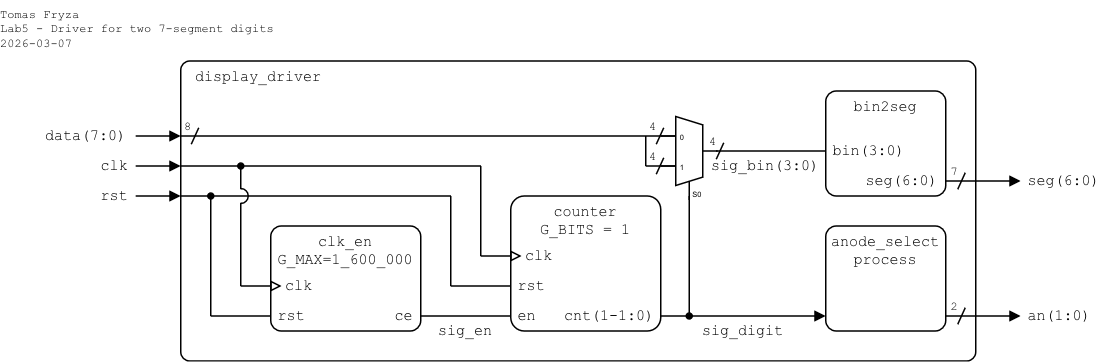
The draw.io diagram lab5-display/images/schematic_display-driver.png in tomas-fryza/vhdl-examples, before a commit. Source tidied: cells renumbered, new cells last; positions are measured from the earlier drawing's top-left corner, leaving out a move shared by most shapes. Its diagram source:
```xml
<mxGraphModel>
  <root>
    <mxCell id="0" />
    <mxCell id="1" parent="0" />
    <mxCell id="2" value="display_driver" style="rounded=1;arcSize=3;whiteSpace=wrap;html=1;align=left;verticalAlign=top;fontFamily=Courier New;absoluteArcSize=0;fillColor=none;fontSize=10;spacingLeft=10;imageHeight=24;spacing=0;" parent="1" vertex="1">
      <mxGeometry x="120" y="40" width="530" height="200" as="geometry" />
    </mxCell>
    <mxCell id="3" value="clk_en&lt;div&gt;G_MAX=1_600_000&lt;br&gt;&lt;/div&gt;" style="rounded=1;arcSize=10;align=center;verticalAlign=top;fontFamily=Courier New;absoluteArcSize=0;fillColor=none;fixDash=0;fontSize=10;spacingLeft=0;labelBorderColor=none;spacingTop=0;spacing=0;labelBackgroundColor=none;whiteSpace=wrap;html=1;strokeWidth=1;shadow=0;glass=0;" parent="1" vertex="1">
      <mxGeometry x="180" y="150" width="100" height="70" as="geometry" />
    </mxCell>
    <mxCell id="4" value="ce" style="text;html=1;align=right;verticalAlign=middle;whiteSpace=wrap;rounded=0;fontFamily=Courier New;fontSize=10;fillOpacity=100;spacing=0;spacingRight=5;" parent="1" vertex="1">
      <mxGeometry x="250" y="200" width="30" height="20" as="geometry" />
    </mxCell>
    <mxCell id="5" value="&lt;div&gt;counter&lt;/div&gt;&lt;div&gt;G_BITS = 1&lt;/div&gt;" style="rounded=1;arcSize=10;align=center;verticalAlign=top;fontFamily=Courier New;absoluteArcSize=0;fillColor=none;fixDash=0;fontSize=10;spacingLeft=0;labelBorderColor=none;spacingTop=0;spacing=0;labelBackgroundColor=none;whiteSpace=wrap;html=1;strokeWidth=1;shadow=0;glass=0;" parent="1" vertex="1">
      <mxGeometry x="340" y="130" width="100" height="90" as="geometry" />
    </mxCell>
    <mxCell id="6" value="rst" style="text;html=1;align=left;verticalAlign=middle;whiteSpace=wrap;rounded=0;fontFamily=Courier New;fontSize=10;fillOpacity=100;spacingLeft=5;spacing=0;" parent="1" vertex="1">
      <mxGeometry x="340" y="180" width="30.6" height="20" as="geometry" />
    </mxCell>
    <mxCell id="7" value="clk" style="text;html=1;align=left;verticalAlign=middle;whiteSpace=wrap;rounded=0;fontFamily=Courier New;fontSize=10;fillOpacity=100;spacing=0;spacingLeft=10;" parent="1" vertex="1">
      <mxGeometry x="340" y="160" width="40.6" height="20" as="geometry" />
    </mxCell>
    <mxCell id="8" value="cnt(1-1:0)" style="text;html=1;align=right;verticalAlign=middle;whiteSpace=wrap;rounded=0;fontFamily=Courier New;fontSize=10;fillOpacity=100;spacing=0;spacingRight=5;" parent="1" vertex="1">
      <mxGeometry x="370" y="200" width="70.6" height="20" as="geometry" />
    </mxCell>
    <mxCell id="9" value="en" style="text;html=1;align=left;verticalAlign=middle;whiteSpace=wrap;rounded=0;fontFamily=Courier New;fontSize=10;fillOpacity=100;spacingLeft=5;spacing=0;" parent="1" vertex="1">
      <mxGeometry x="340" y="200" width="30.6" height="20" as="geometry" />
    </mxCell>
    <mxCell id="10" value="bin2seg" style="rounded=1;arcSize=10;align=center;verticalAlign=top;fontFamily=Courier New;absoluteArcSize=0;fillColor=none;fixDash=0;fontSize=10;spacingLeft=0;labelBorderColor=none;spacingTop=0;spacing=0;labelBackgroundColor=none;whiteSpace=wrap;html=1;strokeWidth=1;shadow=0;glass=0;" parent="1" vertex="1">
      <mxGeometry x="550" y="60" width="80" height="70" as="geometry" />
    </mxCell>
    <mxCell id="11" value="&lt;div style=&quot;line-height: 100%;&quot; align=&quot;left&quot;&gt;bin(3:0)&lt;/div&gt;" style="text;html=1;align=left;verticalAlign=middle;whiteSpace=wrap;rounded=0;fontFamily=Courier New;fontSize=10;fillOpacity=100;spacingLeft=5;spacing=0;" parent="1" vertex="1">
      <mxGeometry x="550" y="90" width="60" height="20" as="geometry" />
    </mxCell>
    <mxCell id="12" value="&lt;div style=&quot;line-height: 100%;&quot;&gt;seg(6:0)&lt;/div&gt;" style="text;html=1;align=right;verticalAlign=middle;whiteSpace=wrap;rounded=0;fontFamily=Courier New;fontSize=10;fillOpacity=100;spacing=0;spacingRight=5;" parent="1" vertex="1">
      <mxGeometry x="570" y="110" width="60" height="20" as="geometry" />
    </mxCell>
    <mxCell id="13" style="endArrow=none;html=1;rounded=0;endFill=0;endSize=5;startSize=5;" parent="1" edge="1">
      <mxGeometry relative="1" as="geometry">
        <mxPoint x="477" y="100" as="sourcePoint" />
        <mxPoint x="550" y="100" as="targetPoint" />
      </mxGeometry>
    </mxCell>
    <mxCell id="14" style="endArrow=block;html=1;rounded=0;endFill=1;endSize=5;startSize=5;" parent="1" edge="1">
      <mxGeometry relative="1" as="geometry">
        <mxPoint x="90" y="90" as="sourcePoint" />
        <mxPoint x="120" y="90" as="targetPoint" />
      </mxGeometry>
    </mxCell>
    <mxCell id="15" value="data(7:0)" style="text;html=1;align=right;verticalAlign=middle;whiteSpace=wrap;rounded=0;fontFamily=Courier New;fontSize=10;fillOpacity=100;spacing=0;spacingLeft=0;spacingRight=5;" parent="1" vertex="1">
      <mxGeometry x="25" y="80" width="64" height="20" as="geometry" />
    </mxCell>
    <mxCell id="16" value="sig_bin(3:0)" style="text;html=1;align=center;verticalAlign=middle;whiteSpace=wrap;rounded=0;fontFamily=Courier New;fontSize=10;fillOpacity=100;spacing=2;spacingLeft=0;" parent="1" vertex="1">
      <mxGeometry x="470" y="100" width="80" height="20" as="geometry" />
    </mxCell>
    <mxCell id="17" value="Mux" style="shadow=0;dashed=0;align=center;html=1;strokeWidth=1;shape=mxgraph.electrical.abstract.mux2;whiteSpace=wrap;fontSize=10;fontFamily=Courier New;fontColor=none;noLabel=1;" parent="1" vertex="1">
      <mxGeometry x="440" y="77" width="38" height="56" as="geometry" />
    </mxCell>
    <mxCell id="18" style="endArrow=none;html=1;rounded=0;endFill=0;endSize=5;startSize=5;" parent="1" edge="1">
      <mxGeometry relative="1" as="geometry">
        <mxPoint x="120" y="90" as="sourcePoint" />
        <mxPoint x="450" y="90" as="targetPoint" />
      </mxGeometry>
    </mxCell>
    <mxCell id="19" style="endArrow=none;html=1;rounded=0;endFill=0;endSize=5;startSize=5;" parent="1" edge="1">
      <mxGeometry relative="1" as="geometry">
        <mxPoint x="430" y="110" as="sourcePoint" />
        <mxPoint x="450" y="110" as="targetPoint" />
      </mxGeometry>
    </mxCell>
    <mxCell id="20" style="endArrow=oval;html=1;rounded=0;startArrow=none;startFill=0;endSize=4;startSize=4;endFill=1;" parent="1" edge="1">
      <mxGeometry relative="1" as="geometry">
        <mxPoint x="459" y="130" as="sourcePoint" />
        <mxPoint x="459" y="210" as="targetPoint" />
      </mxGeometry>
    </mxCell>
    <mxCell id="21" style="endArrow=block;html=1;rounded=0;endFill=1;orthogonal=1;endSize=5;startSize=5;" parent="1" edge="1">
      <mxGeometry relative="1" as="geometry">
        <mxPoint x="440" y="210" as="sourcePoint" />
        <mxPoint x="550" y="210" as="targetPoint" />
      </mxGeometry>
    </mxCell>
    <mxCell id="22" value="an(1:0)" style="text;html=1;align=left;verticalAlign=middle;whiteSpace=wrap;rounded=0;fontFamily=Courier New;fontSize=10;fillOpacity=100;spacing=0;spacingLeft=5;" parent="1" vertex="1">
      <mxGeometry x="680" y="200" width="40.4" height="20" as="geometry" />
    </mxCell>
    <mxCell id="23" style="endArrow=block;html=1;rounded=0;endFill=1;endSize=5;startSize=5;" parent="1" edge="1">
      <mxGeometry relative="1" as="geometry">
        <mxPoint x="630" y="120" as="sourcePoint" />
        <mxPoint x="680" y="120" as="targetPoint" />
      </mxGeometry>
    </mxCell>
    <mxCell id="24" value="seg(6:0)" style="text;html=1;align=left;verticalAlign=middle;whiteSpace=wrap;rounded=0;fontFamily=Courier New;fontSize=10;fillOpacity=100;spacing=0;spacingLeft=5;" parent="1" vertex="1">
      <mxGeometry x="680" y="110" width="60" height="20" as="geometry" />
    </mxCell>
    <mxCell id="25" value="7" style="text;html=1;align=center;verticalAlign=middle;whiteSpace=wrap;rounded=0;fontFamily=Courier New;fontSize=8;fillOpacity=100;spacing=2;spacingRight=0;" parent="1" vertex="1">
      <mxGeometry x="631" y="104" width="10" height="20" as="geometry" />
    </mxCell>
    <mxCell id="26" style="endArrow=none;html=1;rounded=0;startArrow=none;startFill=0;endSize=4;startSize=4;" parent="1" edge="1">
      <mxGeometry relative="1" as="geometry">
        <mxPoint x="643" y="114.5" as="sourcePoint" />
        <mxPoint x="638" y="125.5" as="targetPoint" />
      </mxGeometry>
    </mxCell>
    <mxCell id="27" value="4" style="text;html=1;align=center;verticalAlign=middle;whiteSpace=wrap;rounded=0;fontFamily=Courier New;fontSize=8;fillOpacity=100;spacing=2;spacingRight=0;" parent="1" vertex="1">
      <mxGeometry x="430" y="94" width="10" height="20" as="geometry" />
    </mxCell>
    <mxCell id="28" style="endArrow=none;html=1;rounded=0;startArrow=none;startFill=0;endSize=4;startSize=4;" parent="1" edge="1">
      <mxGeometry relative="1" as="geometry">
        <mxPoint x="442" y="104.5" as="sourcePoint" />
        <mxPoint x="437" y="115.5" as="targetPoint" />
      </mxGeometry>
    </mxCell>
    <mxCell id="29" value="4" style="text;html=1;align=center;verticalAlign=middle;whiteSpace=wrap;rounded=0;fontFamily=Courier New;fontSize=8;fillOpacity=100;spacing=2;spacingRight=0;" parent="1" vertex="1">
      <mxGeometry x="430" y="74" width="10" height="20" as="geometry" />
    </mxCell>
    <mxCell id="30" style="endArrow=none;html=1;rounded=0;startArrow=none;startFill=0;endSize=4;startSize=4;" parent="1" edge="1">
      <mxGeometry relative="1" as="geometry">
        <mxPoint x="442" y="84.5" as="sourcePoint" />
        <mxPoint x="437" y="95.5" as="targetPoint" />
      </mxGeometry>
    </mxCell>
    <mxCell id="31" value="4" style="text;html=1;align=center;verticalAlign=middle;whiteSpace=wrap;rounded=0;fontFamily=Courier New;fontSize=8;fillOpacity=100;spacing=2;spacingRight=0;" parent="1" vertex="1">
      <mxGeometry x="470" y="84" width="10" height="20" as="geometry" />
    </mxCell>
    <mxCell id="32" style="endArrow=none;html=1;rounded=0;startArrow=none;startFill=0;endSize=4;startSize=4;" parent="1" edge="1">
      <mxGeometry relative="1" as="geometry">
        <mxPoint x="482" y="94.5" as="sourcePoint" />
        <mxPoint x="477" y="105.5" as="targetPoint" />
      </mxGeometry>
    </mxCell>
    <mxCell id="33" value="&lt;div&gt;Tomas Fryza&lt;/div&gt;&lt;div&gt;Lab5 - Driver for two 7-segment digits&lt;/div&gt;&lt;div&gt;2026-03-07&lt;/div&gt;" style="text;html=1;align=left;verticalAlign=top;whiteSpace=wrap;rounded=0;fontFamily=Courier New;fontSize=8;fillOpacity=100;spacing=0;spacingLeft=0;" parent="1" vertex="1">
      <mxGeometry width="200" height="40" as="geometry" />
    </mxCell>
    <mxCell id="34" style="endArrow=none;html=1;rounded=0;startArrow=none;startFill=0;endSize=4;startSize=4;" parent="1" edge="1">
      <mxGeometry relative="1" as="geometry">
        <mxPoint x="430" y="90" as="sourcePoint" />
        <mxPoint x="430" y="110" as="targetPoint" />
      </mxGeometry>
    </mxCell>
    <mxCell id="35" value="8" style="text;html=1;align=center;verticalAlign=middle;whiteSpace=wrap;rounded=0;fontFamily=Courier New;fontSize=8;fillOpacity=100;spacing=2;spacingRight=0;" parent="1" vertex="1">
      <mxGeometry x="120" y="74" width="10" height="20" as="geometry" />
    </mxCell>
    <mxCell id="36" style="endArrow=none;html=1;rounded=0;startArrow=none;startFill=0;endSize=4;startSize=4;" parent="1" edge="1">
      <mxGeometry relative="1" as="geometry">
        <mxPoint x="132" y="84.5" as="sourcePoint" />
        <mxPoint x="127" y="95.5" as="targetPoint" />
      </mxGeometry>
    </mxCell>
    <mxCell id="37" style="endArrow=none;html=1;rounded=0;endFill=0;endSize=5;startSize=5;" parent="1" edge="1">
      <mxGeometry relative="1" as="geometry">
        <mxPoint x="280" y="210" as="sourcePoint" />
        <mxPoint x="340" y="210" as="targetPoint" />
      </mxGeometry>
    </mxCell>
    <mxCell id="38" style="endArrow=block;html=1;rounded=0;endFill=0;endSize=5;startSize=5;" parent="1" edge="1">
      <mxGeometry relative="1" as="geometry">
        <mxPoint x="160" y="190" as="sourcePoint" />
        <mxPoint x="187.2" y="190" as="targetPoint" />
      </mxGeometry>
    </mxCell>
    <mxCell id="39" value="rst" style="text;html=1;align=right;verticalAlign=middle;whiteSpace=wrap;rounded=0;fontFamily=Courier New;fontSize=10;fillOpacity=100;spacing=0;spacingLeft=0;spacingRight=5;" parent="1" vertex="1">
      <mxGeometry x="50" y="120" width="39.6" height="20" as="geometry" />
    </mxCell>
    <mxCell id="40" style="endArrow=none;html=1;rounded=0;endFill=0;endSize=5;startSize=5;" parent="1" edge="1">
      <mxGeometry relative="1" as="geometry">
        <mxPoint x="140" y="210" as="sourcePoint" />
        <mxPoint x="180" y="210" as="targetPoint" />
      </mxGeometry>
    </mxCell>
    <mxCell id="41" style="endArrow=none;html=1;rounded=0;startArrow=oval;startFill=1;endSize=4;startSize=4;" parent="1" edge="1">
      <mxGeometry relative="1" as="geometry">
        <mxPoint x="140" y="130" as="sourcePoint" />
        <mxPoint x="140" y="210" as="targetPoint" />
      </mxGeometry>
    </mxCell>
    <mxCell id="42" style="endArrow=none;html=1;rounded=0;startArrow=none;startFill=0;endSize=4;startSize=4;" parent="1" edge="1">
      <mxGeometry relative="1" as="geometry">
        <mxPoint x="160" y="134.5" as="sourcePoint" />
        <mxPoint x="160" y="190" as="targetPoint" />
      </mxGeometry>
    </mxCell>
    <mxCell id="43" value="rst" style="text;html=1;align=left;verticalAlign=middle;whiteSpace=wrap;rounded=0;fontFamily=Courier New;fontSize=10;fillOpacity=100;spacingLeft=5;spacing=0;" parent="1" vertex="1">
      <mxGeometry x="180" y="200" width="40.6" height="20" as="geometry" />
    </mxCell>
    <mxCell id="44" value="clk" style="text;html=1;align=left;verticalAlign=middle;whiteSpace=wrap;rounded=0;fontFamily=Courier New;fontSize=10;fillOpacity=100;spacing=0;spacingLeft=10;" parent="1" vertex="1">
      <mxGeometry x="180" y="180" width="40.6" height="20" as="geometry" />
    </mxCell>
    <mxCell id="45" style="endArrow=none;html=1;rounded=0;endFill=0;endSize=5;startSize=5;" parent="1" edge="1">
      <mxGeometry relative="1" as="geometry">
        <mxPoint x="120" y="110" as="sourcePoint" />
        <mxPoint x="320" y="110" as="targetPoint" />
      </mxGeometry>
    </mxCell>
    <mxCell id="46" style="endArrow=none;html=1;rounded=0;endFill=0;endSize=5;startSize=5;" parent="1" edge="1">
      <mxGeometry relative="1" as="geometry">
        <mxPoint x="120" y="130" as="sourcePoint" />
        <mxPoint x="300" y="130" as="targetPoint" />
      </mxGeometry>
    </mxCell>
    <mxCell id="47" style="endArrow=block;html=1;rounded=0;endFill=1;endSize=5;startSize=5;" parent="1" edge="1">
      <mxGeometry relative="1" as="geometry">
        <mxPoint x="90" y="130" as="sourcePoint" />
        <mxPoint x="120" y="130" as="targetPoint" />
      </mxGeometry>
    </mxCell>
    <mxCell id="48" style="endArrow=block;html=1;rounded=0;endFill=1;endSize=5;startSize=5;" parent="1" edge="1">
      <mxGeometry relative="1" as="geometry">
        <mxPoint x="90" y="110" as="sourcePoint" />
        <mxPoint x="120" y="110" as="targetPoint" />
      </mxGeometry>
    </mxCell>
    <mxCell id="49" value="clk" style="text;html=1;align=right;verticalAlign=middle;whiteSpace=wrap;rounded=0;fontFamily=Courier New;fontSize=10;fillOpacity=100;spacing=0;spacingLeft=0;spacingRight=5;" parent="1" vertex="1">
      <mxGeometry x="60" y="100" width="30" height="20" as="geometry" />
    </mxCell>
    <mxCell id="50" style="endArrow=oval;html=1;rounded=0;startArrow=none;startFill=0;endSize=4;startSize=4;endFill=1;" parent="1" edge="1">
      <mxGeometry relative="1" as="geometry">
        <mxPoint x="160" y="125.5" as="sourcePoint" />
        <mxPoint x="160" y="110" as="targetPoint" />
      </mxGeometry>
    </mxCell>
    <mxCell id="51" style="verticalLabelPosition=bottom;verticalAlign=top;html=1;shape=mxgraph.basic.arc;startAngle=0.75;endAngle=0.25;rotation=90;" parent="1" vertex="1">
      <mxGeometry x="155" y="125" width="10" height="10" as="geometry" />
    </mxCell>
    <mxCell id="52" style="endArrow=none;html=1;rounded=0;startArrow=none;startFill=0;endSize=4;startSize=4;" parent="1" edge="1">
      <mxGeometry relative="1" as="geometry">
        <mxPoint x="320" y="170" as="sourcePoint" />
        <mxPoint x="320" y="110" as="targetPoint" />
      </mxGeometry>
    </mxCell>
    <mxCell id="53" style="endArrow=none;html=1;rounded=0;startArrow=none;startFill=0;endSize=4;startSize=4;" parent="1" edge="1">
      <mxGeometry relative="1" as="geometry">
        <mxPoint x="300" y="130" as="sourcePoint" />
        <mxPoint x="300" y="190" as="targetPoint" />
      </mxGeometry>
    </mxCell>
    <mxCell id="54" style="endArrow=block;html=1;rounded=0;endFill=0;endSize=5;startSize=5;" parent="1" edge="1">
      <mxGeometry relative="1" as="geometry">
        <mxPoint x="320" y="170" as="sourcePoint" />
        <mxPoint x="347.2" y="170" as="targetPoint" />
      </mxGeometry>
    </mxCell>
    <mxCell id="55" style="endArrow=none;html=1;rounded=0;endFill=0;endSize=5;startSize=5;" parent="1" edge="1">
      <mxGeometry relative="1" as="geometry">
        <mxPoint x="300" y="190" as="sourcePoint" />
        <mxPoint x="340" y="190" as="targetPoint" />
      </mxGeometry>
    </mxCell>
    <mxCell id="56" value="sig_en" style="text;html=1;align=center;verticalAlign=middle;whiteSpace=wrap;rounded=0;fontFamily=Courier New;fontSize=10;fillOpacity=100;spacing=2;spacingLeft=0;" parent="1" vertex="1">
      <mxGeometry x="280" y="210" width="60" height="20" as="geometry" />
    </mxCell>
    <mxCell id="57" value="sig_digit" style="text;html=1;align=center;verticalAlign=middle;whiteSpace=wrap;rounded=0;fontFamily=Courier New;fontSize=10;fillOpacity=100;spacing=2;spacingLeft=0;" parent="1" vertex="1">
      <mxGeometry x="440" y="210" width="110" height="20" as="geometry" />
    </mxCell>
    <mxCell id="58" value="anode_select&lt;br&gt;process" style="rounded=1;arcSize=10;align=center;verticalAlign=top;fontFamily=Courier New;absoluteArcSize=0;fillColor=none;fixDash=0;fontSize=10;spacingLeft=0;labelBorderColor=none;spacingTop=0;spacing=0;labelBackgroundColor=none;whiteSpace=wrap;html=1;strokeWidth=1;shadow=0;glass=0;" parent="1" vertex="1">
      <mxGeometry x="550" y="150" width="80" height="70" as="geometry" />
    </mxCell>
    <mxCell id="59" style="endArrow=block;html=1;rounded=0;endFill=1;orthogonal=1;endSize=5;startSize=5;" parent="1" edge="1">
      <mxGeometry relative="1" as="geometry">
        <mxPoint x="630" y="210" as="sourcePoint" />
        <mxPoint x="680" y="210" as="targetPoint" />
      </mxGeometry>
    </mxCell>
    <mxCell id="60" value="2" style="text;html=1;align=center;verticalAlign=middle;whiteSpace=wrap;rounded=0;fontFamily=Courier New;fontSize=8;fillOpacity=100;spacing=2;spacingRight=0;" parent="1" vertex="1">
      <mxGeometry x="631" y="194" width="10" height="20" as="geometry" />
    </mxCell>
    <mxCell id="61" style="endArrow=none;html=1;rounded=0;startArrow=none;startFill=0;endSize=4;startSize=4;" parent="1" edge="1">
      <mxGeometry relative="1" as="geometry">
        <mxPoint x="643" y="204.5" as="sourcePoint" />
        <mxPoint x="638" y="215.5" as="targetPoint" />
      </mxGeometry>
    </mxCell>
  </root>
</mxGraphModel>
```
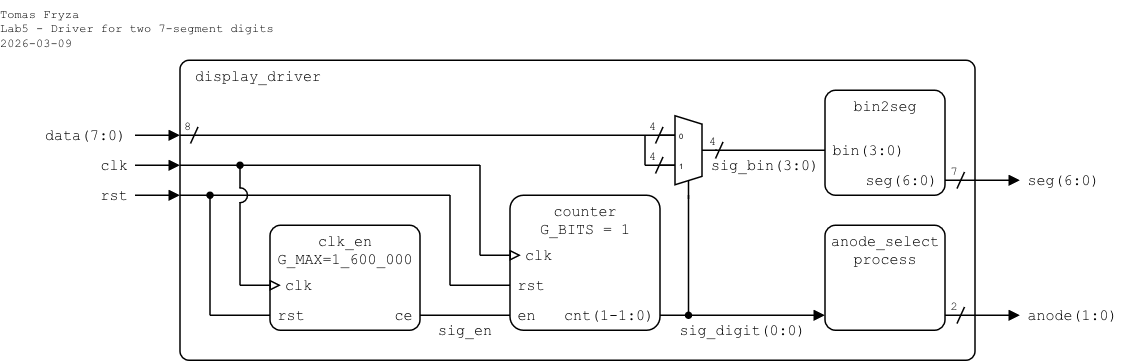
The same diagram one commit later.

Change to the diagram source:
```diff
@@ -80,8 +80,8 @@
         <mxPoint x="550" y="210" as="targetPoint" />
       </mxGeometry>
     </mxCell>
-    <mxCell id="22" value="an(1:0)" style="text;html=1;align=left;verticalAlign=middle;whiteSpace=wrap;rounded=0;fontFamily=Courier New;fontSize=10;fillOpacity=100;spacing=0;spacingLeft=5;" parent="1" vertex="1">
-      <mxGeometry x="680" y="200" width="40.4" height="20" as="geometry" />
+    <mxCell id="22" value="anode(1:0)" style="text;html=1;align=left;verticalAlign=middle;whiteSpace=wrap;rounded=0;fontFamily=Courier New;fontSize=10;fillOpacity=100;spacing=0;spacingLeft=5;" parent="1" vertex="1">
+      <mxGeometry x="680" y="200" width="70" height="20" as="geometry" />
     </mxCell>
     <mxCell id="23" style="endArrow=block;html=1;rounded=0;endFill=1;endSize=5;startSize=5;" parent="1" edge="1">
       <mxGeometry relative="1" as="geometry">
@@ -128,7 +128,7 @@
         <mxPoint x="477" y="105.5" as="targetPoint" />
       </mxGeometry>
     </mxCell>
-    <mxCell id="33" value="&lt;div&gt;Tomas Fryza&lt;/div&gt;&lt;div&gt;Lab5 - Driver for two 7-segment digits&lt;/div&gt;&lt;div&gt;2026-03-07&lt;/div&gt;" style="text;html=1;align=left;verticalAlign=top;whiteSpace=wrap;rounded=0;fontFamily=Courier New;fontSize=8;fillOpacity=100;spacing=0;spacingLeft=0;" parent="1" vertex="1">
+    <mxCell id="33" value="&lt;div&gt;Tomas Fryza&lt;/div&gt;&lt;div&gt;Lab5 - Driver for two 7-segment digits&lt;/div&gt;&lt;div&gt;2026-03-09&lt;/div&gt;" style="text;html=1;align=left;verticalAlign=top;whiteSpace=wrap;rounded=0;fontFamily=Courier New;fontSize=8;fillOpacity=100;spacing=0;spacingLeft=0;" parent="1" vertex="1">
       <mxGeometry width="200" height="40" as="geometry" />
     </mxCell>
     <mxCell id="34" style="endArrow=none;html=1;rounded=0;startArrow=none;startFill=0;endSize=4;startSize=4;" parent="1" edge="1">
@@ -248,7 +248,7 @@
     <mxCell id="56" value="sig_en" style="text;html=1;align=center;verticalAlign=middle;whiteSpace=wrap;rounded=0;fontFamily=Courier New;fontSize=10;fillOpacity=100;spacing=2;spacingLeft=0;" parent="1" vertex="1">
       <mxGeometry x="280" y="210" width="60" height="20" as="geometry" />
     </mxCell>
-    <mxCell id="57" value="sig_digit" style="text;html=1;align=center;verticalAlign=middle;whiteSpace=wrap;rounded=0;fontFamily=Courier New;fontSize=10;fillOpacity=100;spacing=2;spacingLeft=0;" parent="1" vertex="1">
+    <mxCell id="57" value="sig_digit(0:0)" style="text;html=1;align=center;verticalAlign=middle;whiteSpace=wrap;rounded=0;fontFamily=Courier New;fontSize=10;fillOpacity=100;spacing=2;spacingLeft=0;" parent="1" vertex="1">
       <mxGeometry x="440" y="210" width="110" height="20" as="geometry" />
     </mxCell>
     <mxCell id="58" value="anode_select&lt;br&gt;process" style="rounded=1;arcSize=10;align=center;verticalAlign=top;fontFamily=Courier New;absoluteArcSize=0;fillColor=none;fixDash=0;fontSize=10;spacingLeft=0;labelBorderColor=none;spacingTop=0;spacing=0;labelBackgroundColor=none;whiteSpace=wrap;html=1;strokeWidth=1;shadow=0;glass=0;" parent="1" vertex="1">
@@ -269,5 +269,8 @@
         <mxPoint x="638" y="215.5" as="targetPoint" />
       </mxGeometry>
     </mxCell>
+    <mxCell id="62" style="rounded=0;whiteSpace=wrap;html=1;strokeColor=none;" parent="1" vertex="1">
+      <mxGeometry x="460" y="125" width="20" height="15" as="geometry" />
+    </mxCell>
   </root>
 </mxGraphModel>
```
